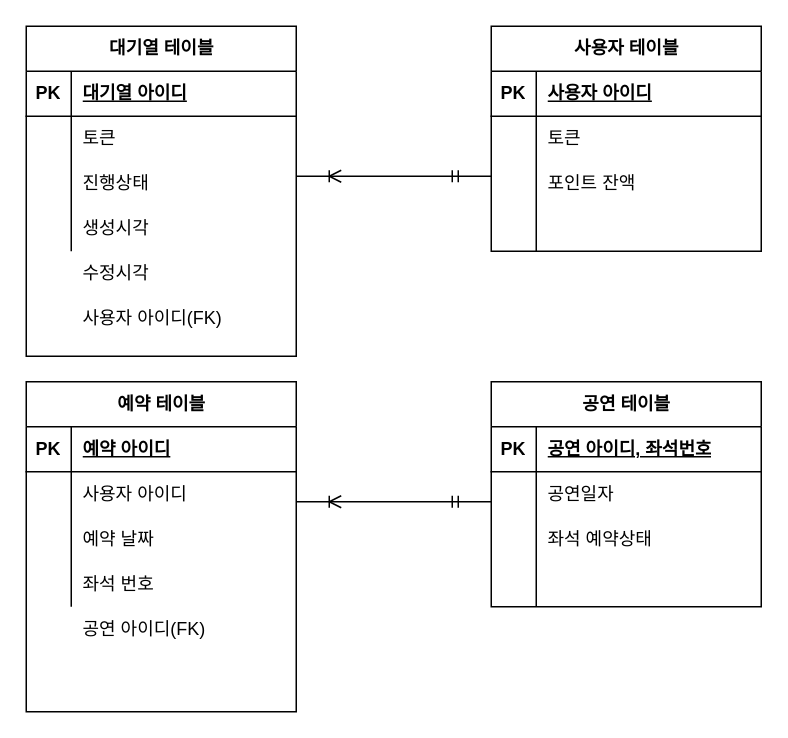
The draw.io diagram week3/콘서트예약 ERD.drawio in wwwkang8/hhplus, before the edit. Source tidied: cells renumbered, new cells numbered last; positions are measured from the earlier drawing's top-left corner, leaving out a move shared by most shapes. Both pictures are drawn from the tidied source at 150%, with x=0, y=0 at pixel (26, 26).
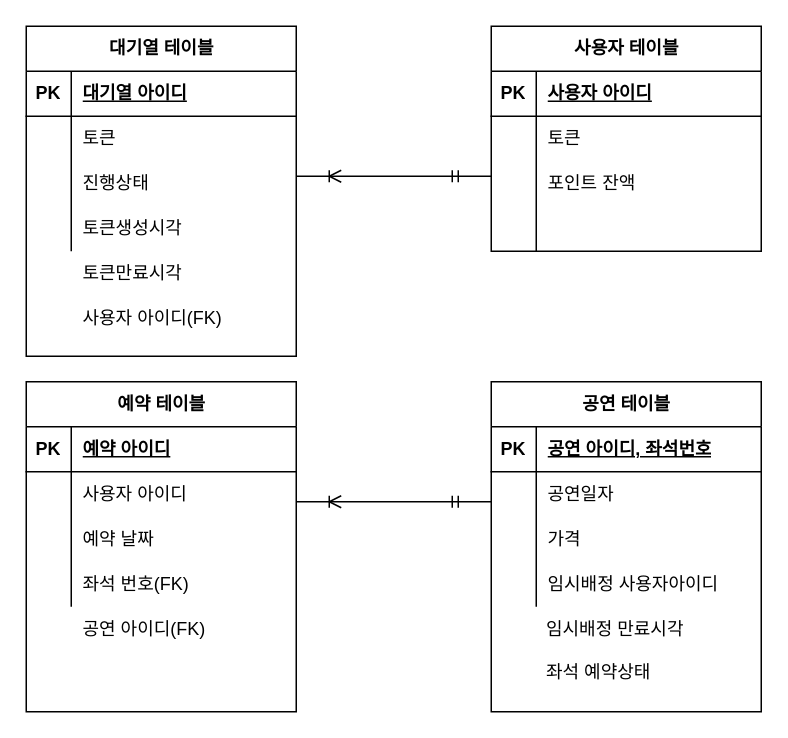
After the change.

Unchanged cells that the change refers to:
```xml
<mxCell id="12" style="shape=tableRow;horizontal=0;startSize=0;swimlaneHead=0;swimlaneBody=0;fillColor=none;top=0;left=0;right=0;bottom=0;" parent="2" vertex="1">
  <mxGeometry y="120" width="180" height="30" as="geometry" />
</mxCell>
<mxCell id="15" style="shape=tableRow;horizontal=0;startSize=0;swimlaneHead=0;swimlaneBody=0;fillColor=none;top=0;left=0;right=0;bottom=0;" parent="1" vertex="1">
  <mxGeometry x="20" y="170" width="180" height="30" as="geometry" />
</mxCell>
<mxCell id="40" style="shape=tableRow;horizontal=0;startSize=0;swimlaneHead=0;swimlaneBody=0;fillColor=none;top=0;left=0;right=0;bottom=0;" parent="33" vertex="1">
  <mxGeometry y="90" width="180" height="30" as="geometry" />
</mxCell>
<mxCell id="43" style="shape=tableRow;horizontal=0;startSize=0;swimlaneHead=0;swimlaneBody=0;fillColor=none;top=0;left=0;right=0;bottom=0;" parent="33" vertex="1">
  <mxGeometry y="120" width="180" height="30" as="geometry" />
</mxCell>
<mxCell id="56" style="shape=tableRow;horizontal=0;startSize=0;swimlaneHead=0;swimlaneBody=0;fillColor=none;top=0;left=0;right=0;bottom=0;" parent="46" vertex="1">
  <mxGeometry y="120" width="180" height="30" as="geometry" />
</mxCell>
```

Diff of the diagram source:
```diff
@@
-    <mxCell id="14" value="생성시각" style="shape=partialRectangle;fillColor=none;top=0;left=0;bottom=0;right=0;align=left;spacingLeft=6;overflow=hidden;whiteSpace=wrap;html=1;" parent="12" vertex="1">
+    <mxCell id="14" value="토큰생성시각" style="shape=partialRectangle;fillColor=none;top=0;left=0;bottom=0;right=0;align=left;spacingLeft=6;overflow=hidden;whiteSpace=wrap;html=1;" parent="12" vertex="1">
       <mxGeometry x="30" width="150" height="30" as="geometry" />
     </mxCell>
@@
-    <mxCell id="17" value="수정시각" style="shape=partialRectangle;fillColor=none;top=0;left=0;bottom=0;right=0;align=left;spacingLeft=6;overflow=hidden;whiteSpace=wrap;html=1;" parent="15" vertex="1">
+    <mxCell id="17" value="토큰만료시각" style="shape=partialRectangle;fillColor=none;top=0;left=0;bottom=0;right=0;align=left;spacingLeft=6;overflow=hidden;whiteSpace=wrap;html=1;" parent="15" vertex="1">
       <mxGeometry x="10" y="-20" width="150" height="30" as="geometry" />
     </mxCell>
@@
     <mxCell id="33" value="공연 테이블" style="shape=table;startSize=30;childLayout=tableLayout;rowLines=0;fontStyle=1;align=center;html=1;" parent="1" vertex="1">
-      <mxGeometry x="310" y="237" width="180" height="150" as="geometry" />
+      <mxGeometry x="310" y="237" width="180" height="220" as="geometry" />
     </mxCell>
@@
-    <mxCell id="42" value="좌석 예약상태" style="shape=partialRectangle;fillColor=none;top=0;left=0;bottom=0;right=0;align=left;spacingLeft=6;overflow=hidden;whiteSpace=wrap;html=1;" parent="40" vertex="1">
+    <mxCell id="42" value="가격" style="shape=partialRectangle;fillColor=none;top=0;left=0;bottom=0;right=0;align=left;spacingLeft=6;overflow=hidden;whiteSpace=wrap;html=1;" parent="40" vertex="1">
       <mxGeometry x="30" width="150" height="30" as="geometry" />
     </mxCell>
@@
-    <mxCell id="45" style="shape=partialRectangle;fillColor=none;top=0;left=0;bottom=0;right=0;align=left;spacingLeft=6;overflow=hidden;whiteSpace=wrap;html=1;" parent="43" vertex="1">
+    <mxCell id="45" value="임시배정 사용자아이디" style="shape=partialRectangle;fillColor=none;top=0;left=0;bottom=0;right=0;align=left;spacingLeft=6;overflow=hidden;whiteSpace=wrap;html=1;" parent="43" vertex="1">
       <mxGeometry x="30" width="150" height="30" as="geometry" />
     </mxCell>
@@
-    <mxCell id="58" value="좌석 번호" style="shape=partialRectangle;fillColor=none;top=0;left=0;bottom=0;right=0;align=left;spacingLeft=6;overflow=hidden;whiteSpace=wrap;html=1;" parent="56" vertex="1">
+    <mxCell id="58" value="좌석 번호(FK)" style="shape=partialRectangle;fillColor=none;top=0;left=0;bottom=0;right=0;align=left;spacingLeft=6;overflow=hidden;whiteSpace=wrap;html=1;" parent="56" vertex="1">
       <mxGeometry x="30" width="150" height="30" as="geometry" />
     </mxCell>
@@
+    <mxCell id="61" style="shape=tableRow;horizontal=0;startSize=0;swimlaneHead=0;swimlaneBody=0;fillColor=none;top=0;left=0;right=0;bottom=0;" parent="1" vertex="1">
+      <mxGeometry x="309" y="387" width="180" height="30" as="geometry" />
+    </mxCell>
+    <mxCell id="62" style="shape=partialRectangle;fillColor=none;top=0;left=0;bottom=0;right=0;overflow=hidden;whiteSpace=wrap;html=1;" parent="61" vertex="1">
+      <mxGeometry width="30" height="30" as="geometry" />
+    </mxCell>
+    <mxCell id="63" value="임시배정 만료시각" style="shape=partialRectangle;fillColor=none;top=0;left=0;bottom=0;right=0;align=left;spacingLeft=6;overflow=hidden;whiteSpace=wrap;html=1;" parent="61" vertex="1">
+      <mxGeometry x="30" width="150" height="30" as="geometry" />
+    </mxCell>
+    <mxCell id="64" style="shape=tableRow;horizontal=0;startSize=0;swimlaneHead=0;swimlaneBody=0;fillColor=none;top=0;left=0;right=0;bottom=0;" parent="1" vertex="1">
+      <mxGeometry x="310" y="427" width="180" height="30" as="geometry" />
+    </mxCell>
+    <mxCell id="65" style="shape=partialRectangle;fillColor=none;top=0;left=0;bottom=0;right=0;overflow=hidden;whiteSpace=wrap;html=1;" parent="64" vertex="1">
+      <mxGeometry width="30" height="30" as="geometry" />
+    </mxCell>
+    <mxCell id="66" value="좌석 예약상태" style="shape=partialRectangle;fillColor=none;top=0;left=0;bottom=0;right=0;align=left;spacingLeft=6;overflow=hidden;whiteSpace=wrap;html=1;" parent="64" vertex="1">
+      <mxGeometry x="29" y="-11" width="150" height="30" as="geometry" />
+    </mxCell>
```
